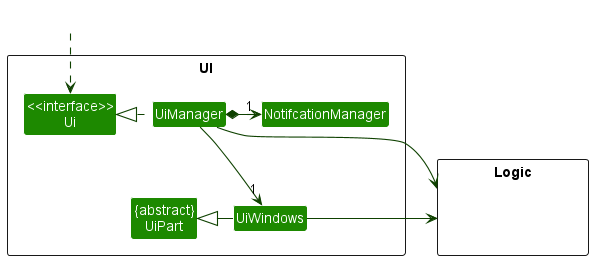
This is docs/images/UiClassDiagram.png from nus-cs2103-AY2223S2/tp, a PlantUML export, as it was before one commit.
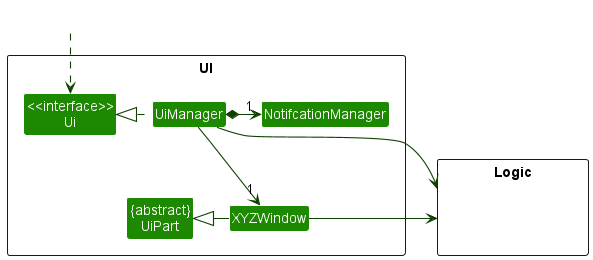
After the commit.

Change to the diagram source:
```diff
@@ -9,7 +9,7 @@
 Class "{abstract}\nUiPart" as UiPart
 Class UiManager
 Class NotifcationManager
-Class UiWindows
+Class XYZWindow
 
 }
 
@@ -21,12 +21,12 @@
 HiddenOutside ..> Ui
 
 UiManager .left.|> Ui
-UiManager -down-> "1" UiWindows
+UiManager -down-> "1" XYZWindow
 UiManager *-right-> "1" NotifcationManager
 
-UiWindows -left-|> UiPart
+XYZWindow -left-|> UiPart
 
 UiManager -right-> Logic
-UiWindows -left-> Logic
+XYZWindow -left-> Logic
 
 @enduml
```
